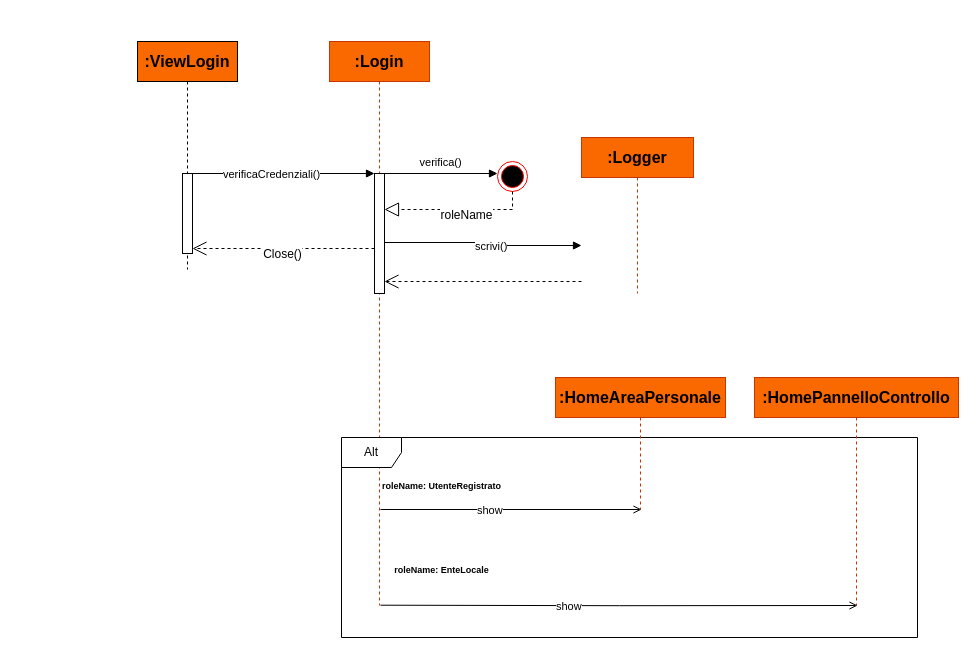
Earlier version of the draw.io diagram DiagrammaSequenzaLogin.drawio (MirkoTonelli/Ing). Source tidied: cells renumbered, new cells numbered last; positions are measured from the earlier drawing's top-left corner, leaving out a move shared by most shapes. Both pictures are drawn from the tidied source at 100%, with x=0, y=0 at pixel (137, 41).
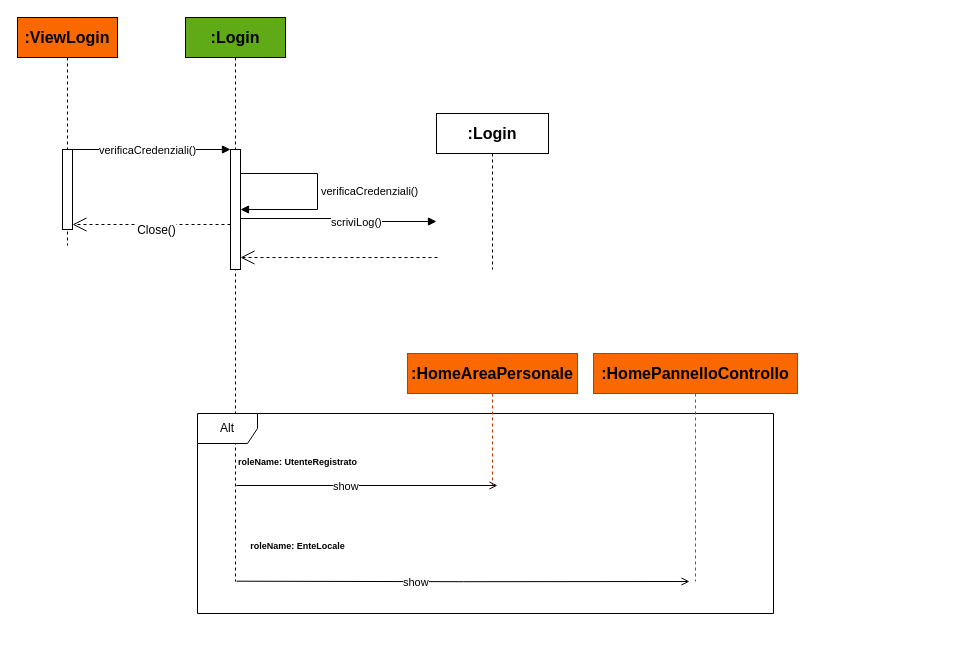
Above is the later version.

Unchanged cells that the change refers to:
```xml
<mxCell id="3" style="html=1;points=[[0,0,0,0,5],[0,1,0,0,-5],[1,0,0,0,5],[1,1,0,0,-5]];perimeter=orthogonalPerimeter;outlineConnect=0;targetShapes=umlLifeline;portConstraint=eastwest;newEdgeStyle={&quot;curved&quot;:0,&quot;rounded&quot;:0};fillColor=default;strokeColor=light-dark(#000000,#E96B12);" parent="2" vertex="1">
  <mxGeometry x="45" y="132" width="10" height="80" as="geometry" />
</mxCell>
```

What changed in the source:
```diff
@@
     <mxCell id="2" value=":ViewLogin" style="shape=umlLifeline;perimeter=lifelinePerimeter;whiteSpace=wrap;html=1;newEdgeStyle={&quot;curved&quot;:0,&quot;rounded&quot;:0};fillColor=#fa6800;fontColor=#000000;strokeColor=light-dark(#000000,#E96B12);fontSize=16;fontStyle=1;labelBorderColor=none;perimeterSpacing=0;gradientColor=none;fillStyle=solid;shadow=0;rounded=0;glass=0;strokeWidth=1;" parent="1" vertex="1">
-      <mxGeometry width="100" height="228" as="geometry" />
+      <mxGeometry x="-120" y="-24" width="100" height="228" as="geometry" />
     </mxCell>
@@
-    <mxCell id="4" value=":Login" style="shape=umlLifeline;whiteSpace=wrap;html=1;newEdgeStyle={&quot;curved&quot;:0,&quot;rounded&quot;:0};fillColor=light-dark(#FA6800,#00CC00);fontColor=#000000;strokeColor=light-dark(#C73500,#00CC00);perimeter=rectanglePerimeter;targetShapes=umlLifeline;participant=label;fontStyle=1;fontSize=16;" parent="1" vertex="1">
-      <mxGeometry x="192" width="100" height="564" as="geometry" />
+    <mxCell id="4" value=":Login" style="shape=umlLifeline;whiteSpace=wrap;html=1;newEdgeStyle={&quot;curved&quot;:0,&quot;rounded&quot;:0};fillColor=light-dark(#60A917,#00CC00);fontColor=#000000;strokeColor=light-dark(#000105,#00CC00);perimeter=rectanglePerimeter;targetShapes=umlLifeline;participant=label;fontStyle=1;fontSize=16;" parent="1" vertex="1">
+      <mxGeometry x="48" y="-24" width="100" height="564" as="geometry" />
     </mxCell>
-    <mxCell id="5" style="html=1;points=[[0,0,0,0,5],[0,1,0,0,-5],[1,0,0,0,5],[1,1,0,0,-5]];perimeter=orthogonalPerimeter;outlineConnect=0;targetShapes=umlLifeline;portConstraint=eastwest;newEdgeStyle={&quot;curved&quot;:0,&quot;rounded&quot;:0};strokeColor=light-dark(#000000,#00CC00);" parent="4" vertex="1">
-      <mxGeometry x="45" y="132" width="10" height="120" as="geometry" />
-    </mxCell>
+    <mxCell id="23" style="html=1;points=[[0,0,0,0,5],[0,1,0,0,-5],[1,0,0,0,5],[1,1,0,0,-5]];perimeter=orthogonalPerimeter;outlineConnect=0;targetShapes=umlLifeline;portConstraint=eastwest;newEdgeStyle={&quot;curved&quot;:0,&quot;rounded&quot;:0};" parent="4" vertex="1">
+      <mxGeometry x="45" y="132" width="10" height="120" as="geometry" />
+    </mxCell>
+    <mxCell id="24" value="verificaCredenziali()" style="html=1;align=left;spacingLeft=2;endArrow=block;rounded=0;edgeStyle=orthogonalEdgeStyle;curved=0;rounded=0;" parent="4" edge="1" source="23" target="23">
+      <mxGeometry relative="1" as="geometry">
+        <Array as="points">
+          <mxPoint x="132" y="156" />
+          <mxPoint x="132" y="192" />
+        </Array>
+      </mxGeometry>
+    </mxCell>
-    <mxCell id="6" value=":Logger" style="shape=umlLifeline;whiteSpace=wrap;html=1;outlineConnect=0;portConstraint=eastwest;newEdgeStyle={&quot;curved&quot;:0,&quot;rounded&quot;:0};fillColor=light-dark(#FA6800,#3399FF);fontColor=#000000;strokeColor=light-dark(#C73500,#3399FF);points=[[0,0,0,0,5],[0,1,0,0,-5],[1,0,0,0,5],[1,1,0,0,-5]];perimeter=rectanglePerimeter;targetShapes=umlLifeline;participant=label;fontStyle=1;fontSize=16;" parent="1" vertex="1">
-      <mxGeometry x="444" y="96" width="112" height="156" as="geometry" />
+    <mxCell id="6" value=":Login" style="shape=umlLifeline;whiteSpace=wrap;html=1;outlineConnect=0;portConstraint=eastwest;newEdgeStyle={&quot;curved&quot;:0,&quot;rounded&quot;:0};points=[[0,0,0,0,5],[0,1,0,0,-5],[1,0,0,0,5],[1,1,0,0,-5]];perimeter=rectanglePerimeter;targetShapes=umlLifeline;participant=label;fontStyle=1;fontSize=16;" parent="1" vertex="1">
+      <mxGeometry x="299" y="72" width="112" height="156" as="geometry" />
     </mxCell>
-    <mxCell id="7" value="verificaCredenziali()" style="endArrow=block;endFill=1;html=1;edgeStyle=orthogonalEdgeStyle;align=left;verticalAlign=top;rounded=0;" parent="1" edge="1" source="3" target="5">
+    <mxCell id="7" value="verificaCredenziali()" style="endArrow=block;endFill=1;html=1;edgeStyle=orthogonalEdgeStyle;align=left;verticalAlign=top;rounded=0;" parent="1" edge="1" source="3">
       <mxGeometry x="-0.68" y="12" relative="1" as="geometry">
+        <mxPoint x="93" y="108" as="targetPoint" />
         <Array as="points">
-          <mxPoint x="144" y="132" />
-          <mxPoint x="144" y="132" />
+          <mxPoint y="108" />
+          <mxPoint y="108" />
         </Array>
       </mxGeometry>
     </mxCell>
-    <mxCell id="8" style="endArrow=open;dashed=1;endFill=0;endSize=12;html=1;rounded=0;entryX=1;entryY=1;entryDx=0;entryDy=-5;entryPerimeter=0;" parent="1" edge="1" source="5" target="3">
-      <mxGeometry relative="1" as="geometry" />
+    <mxCell id="8" style="endArrow=open;dashed=1;endFill=0;endSize=12;html=1;rounded=0;entryX=1;entryY=1;entryDx=0;entryDy=-5;entryPerimeter=0;" parent="1" edge="1" target="3">
+      <mxGeometry relative="1" as="geometry">
+        <mxPoint x="93" y="183" as="sourcePoint" />
+      </mxGeometry>
     </mxCell>
@@
-    <mxCell id="10" value="&lt;span style=&quot;white-space: pre;&quot;&gt;&#9;&lt;/span&gt;&amp;nbsp;verifica()" style="endArrow=block;endFill=1;html=1;edgeStyle=orthogonalEdgeStyle;align=left;verticalAlign=top;rounded=0;exitX=1;exitY=0;exitDx=0;exitDy=5;exitPerimeter=0;" parent="1" edge="1" source="5">
-      <mxGeometry x="-0.81" y="24" relative="1" as="geometry">
-        <mxPoint x="360" y="132" as="targetPoint" />
-        <Array as="points">
-          <mxPoint x="247" y="132" />
-        </Array>
-      </mxGeometry>
-    </mxCell>
-    <mxCell id="11" style="ellipse;html=1;shape=endState;fillColor=light-dark(#000000,#282828);strokeColor=light-dark(#FF0000,#282828);" parent="1" vertex="1">
-      <mxGeometry x="360" y="120" width="30" height="30" as="geometry" />
-    </mxCell>
-    <mxCell id="12" style="endArrow=block;dashed=1;endFill=0;endSize=12;html=1;rounded=0;exitX=0.5;exitY=1;exitDx=0;exitDy=0;" parent="1" edge="1" source="11">
-      <mxGeometry relative="1" as="geometry">
-        <mxPoint x="247" y="168" as="targetPoint" />
-        <Array as="points">
-          <mxPoint x="375" y="168" />
-        </Array>
-      </mxGeometry>
-    </mxCell>
-    <mxCell id="13" value="roleName" style="edgeLabel;html=1;align=center;verticalAlign=middle;rotation=0;fontSize=12;" parent="12" vertex="1">
-      <mxGeometry x="0.54" y="2" relative="1" as="geometry">
-        <mxPoint x="47" y="3" as="offset" />
-      </mxGeometry>
-    </mxCell>
-    <mxCell id="14" value="scrivi()" style="endArrow=block;endFill=1;html=1;edgeStyle=orthogonalEdgeStyle;align=left;verticalAlign=top;rounded=0;" parent="1" edge="1" target="6">
+    <mxCell id="14" value="scriviLog()" style="endArrow=block;endFill=1;html=1;edgeStyle=orthogonalEdgeStyle;align=left;verticalAlign=top;rounded=0;" parent="1" edge="1" target="6">
       <mxGeometry x="-0.11" y="9" relative="1" as="geometry">
-        <mxPoint x="247" y="201" as="sourcePoint" />
+        <mxPoint x="103" y="177" as="sourcePoint" />
         <Array as="points">
-          <mxPoint x="346" y="201" />
-          <mxPoint x="346" y="204" />
+          <mxPoint x="202" y="177" />
+          <mxPoint x="202" y="180" />
         </Array>
       </mxGeometry>
     </mxCell>
-    <mxCell id="15" style="endArrow=open;dashed=1;endFill=0;endSize=12;html=1;rounded=0;" parent="1" edge="1" target="5">
+    <mxCell id="15" style="endArrow=open;dashed=1;endFill=0;endSize=12;html=1;rounded=0;" parent="1" edge="1">
       <mxGeometry relative="1" as="geometry">
-        <mxPoint x="444" y="240" as="sourcePoint" />
+        <mxPoint x="300" y="216" as="sourcePoint" />
+        <mxPoint x="103" y="216" as="targetPoint" />
       </mxGeometry>
     </mxCell>
     <mxCell id="16" value="Alt" style="shape=umlFrame;whiteSpace=wrap;html=1;" parent="1" vertex="1">
-      <mxGeometry x="204" y="396" width="576" height="200" as="geometry" />
+      <mxGeometry x="60" y="372" width="576" height="200" as="geometry" />
     </mxCell>
     <mxCell id="17" value=":HomeAreaPersonale" style="shape=umlLifeline;whiteSpace=wrap;html=1;newEdgeStyle={&quot;curved&quot;:0,&quot;rounded&quot;:0};fillColor=#fa6800;fontColor=#000000;strokeColor=#C73500;perimeter=rectanglePerimeter;targetShapes=umlLifeline;participant=label;fontStyle=1;fontSize=16;" parent="1" vertex="1">
-      <mxGeometry x="418" y="336" width="170" height="132" as="geometry" />
+      <mxGeometry x="270" y="312" width="170" height="132" as="geometry" />
     </mxCell>
     <mxCell id="18" value=":HomePannelloControllo" style="shape=umlLifeline;whiteSpace=wrap;html=1;newEdgeStyle={&quot;curved&quot;:0,&quot;rounded&quot;:0};fillColor=#fa6800;fontColor=#000000;strokeColor=#C73500;perimeter=rectanglePerimeter;targetShapes=umlLifeline;participant=label;fontStyle=1;fontSize=16;" parent="1" vertex="1">
-      <mxGeometry x="617" y="336" width="204" height="228" as="geometry" />
+      <mxGeometry x="456" y="312" width="204" height="228" as="geometry" />
     </mxCell>
     <mxCell id="19" value="roleName: UtenteRegistrato" style="text;align=center;fontStyle=1;verticalAlign=middle;spacingLeft=3;spacingRight=3;strokeColor=none;html=1;fontSize=9;" parent="1" vertex="1">
-      <mxGeometry x="264" y="432" width="80" height="26" as="geometry" />
+      <mxGeometry x="120" y="408" width="80" height="26" as="geometry" />
     </mxCell>
     <mxCell id="20" value="roleName: EnteLocale" style="text;align=center;fontStyle=1;verticalAlign=middle;spacingLeft=3;spacingRight=3;strokeColor=none;html=1;fontSize=9;" parent="1" vertex="1">
-      <mxGeometry x="264" y="516" width="80" height="26" as="geometry" />
+      <mxGeometry x="120" y="492" width="80" height="26" as="geometry" />
     </mxCell>
     <mxCell id="21" value="show" style="endArrow=open;endFill=0;html=1;edgeStyle=orthogonalEdgeStyle;align=left;verticalAlign=top;rounded=0;" parent="1" edge="1">
       <mxGeometry x="-0.27" y="12" relative="1" as="geometry">
-        <mxPoint x="243" y="468" as="sourcePoint" />
-        <mxPoint x="504" y="468" as="targetPoint" />
+        <mxPoint x="99" y="444" as="sourcePoint" />
+        <mxPoint x="360" y="444" as="targetPoint" />
       </mxGeometry>
     </mxCell>
     <mxCell id="22" value="show" style="endArrow=open;endFill=0;html=1;edgeStyle=orthogonalEdgeStyle;align=left;verticalAlign=top;rounded=0;" parent="1" edge="1">
       <mxGeometry x="-0.27" y="12" relative="1" as="geometry">
-        <mxPoint x="243" y="563.7" as="sourcePoint" />
-        <mxPoint x="720" y="564" as="targetPoint" />
+        <mxPoint x="99" y="539.7" as="sourcePoint" />
+        <mxPoint x="552" y="540" as="targetPoint" />
       </mxGeometry>
     </mxCell>
```
